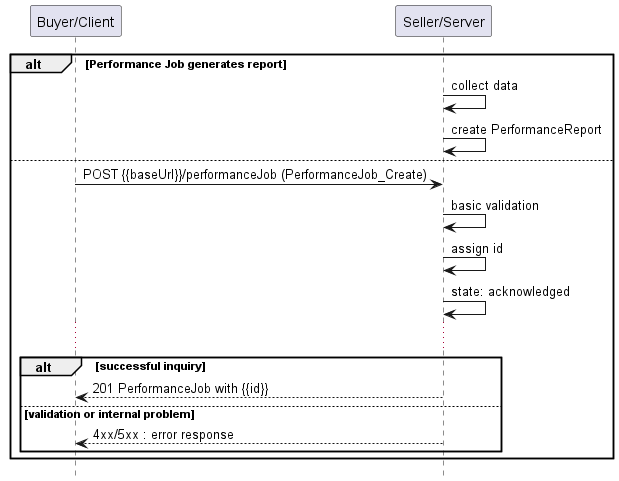
Above: documentation/serviceApi/pm/performance/media/useCase22.png in MEF-GIT/MEF-LSO-Legato-SDK (PlantUML), before the change.
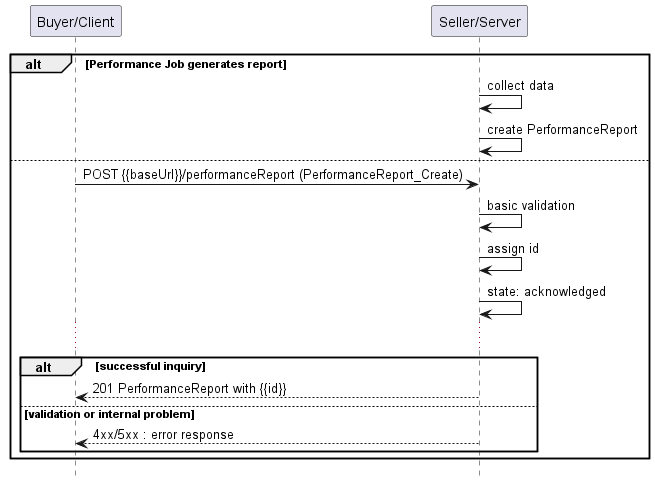
Later version of the same file.

The edit, as a diff of the source:
```diff
@@ -10,13 +10,13 @@
   S -> S : collect data
   S -> S : create PerformanceReport
 else
-  B -> S : POST {{baseUrl}}/performanceJob (PerformanceJob_Create)
+  B -> S : POST {{baseUrl}}/performanceReport (PerformanceReport_Create)
   S -> S : basic validation
   S -> S : assign id
   S -> S : state: acknowledged
   ...
   alt successful inquiry
-    B <-- S : 201 PerformanceJob with {{id}}
+    B <-- S : 201 PerformanceReport with {{id}}
   else validation or internal problem
     B <-- S: 4xx/5xx : error response
   end
```
